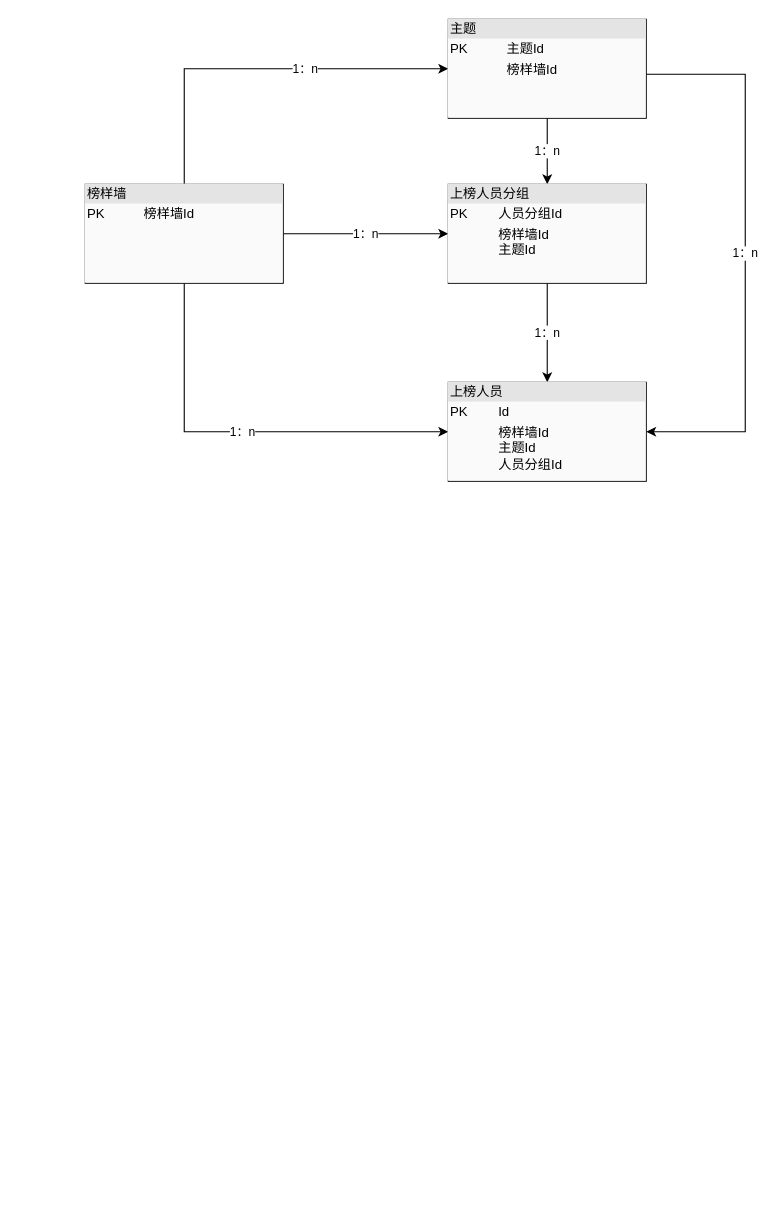
The draw.io diagram 一体化1月迭代.drawio in mozhu33/Diagrams, before the edit. Source tidied: cells renumbered, new cells numbered last; positions are measured from the earlier drawing's top-left corner, leaving out a move shared by most shapes. Both pictures are drawn from the tidied source at 110%, with x=0, y=0 at pixel (85, 19).
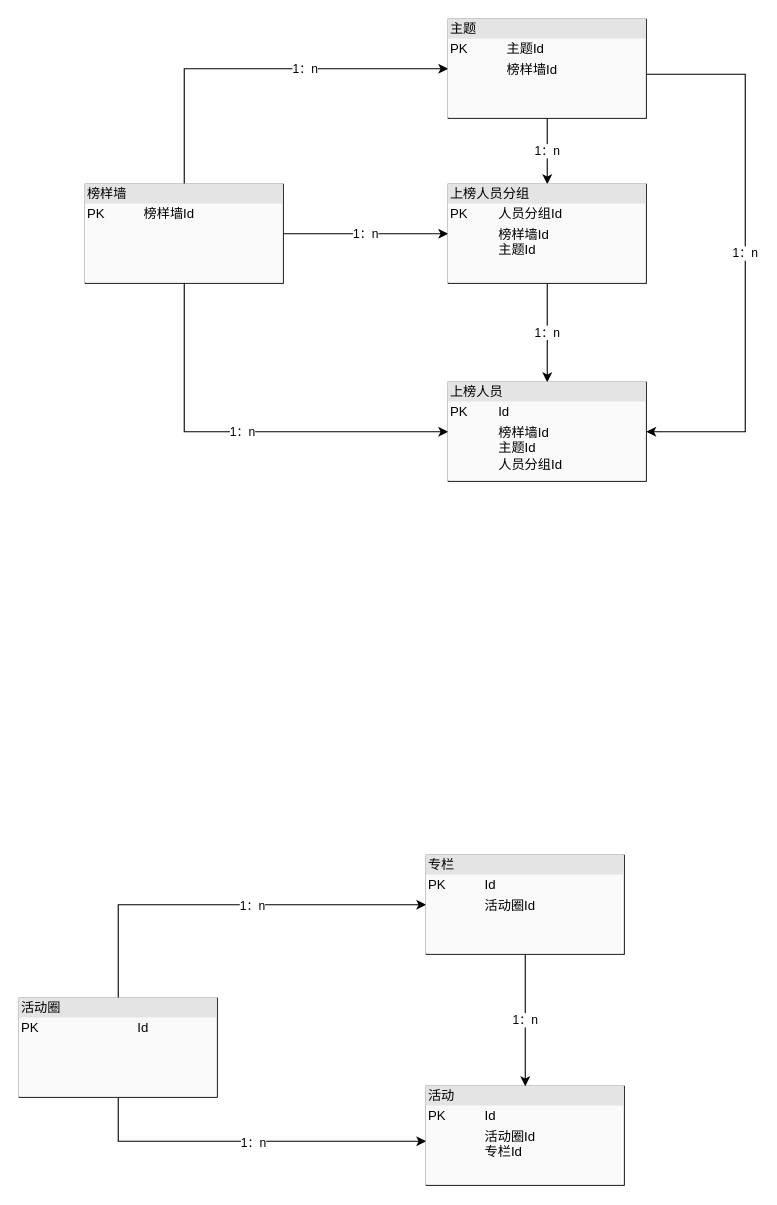
The same page after the edit.

Commit message (it also covers changes not shown here):
更新一体化1月迭代.drawio

The edit, as a diff of the source:
```diff
@@
+    <mxCell id="13" style="edgeStyle=orthogonalEdgeStyle;rounded=0;jettySize=auto;html=1;entryX=0;entryY=0.5;entryDx=0;entryDy=0;" parent="1" edge="1" source="17" target="20">
+      <mxGeometry relative="1" as="geometry">
+        <Array as="points">
+          <mxPoint x="30" y="805" />
+        </Array>
+      </mxGeometry>
+    </mxCell>
+    <mxCell id="14" value="1：n" style="edgeLabel;html=1;align=center;verticalAlign=middle;" parent="13" vertex="1">
+      <mxGeometry x="0.13" relative="1" as="geometry" />
+    </mxCell>
+    <mxCell id="15" style="edgeStyle=orthogonalEdgeStyle;rounded=0;jettySize=auto;html=1;" parent="1" edge="1" source="17" target="18">
+      <mxGeometry relative="1" as="geometry">
+        <Array as="points">
+          <mxPoint x="30" y="1020" />
+        </Array>
+      </mxGeometry>
+    </mxCell>
+    <mxCell id="16" value="1：n" style="edgeLabel;html=1;align=center;verticalAlign=middle;" parent="15" vertex="1">
+      <mxGeometry x="0.01" y="-1" relative="1" as="geometry" />
+    </mxCell>
+    <mxCell id="17" value="&lt;div style=&quot;box-sizing:border-box;width:100%;background:#e4e4e4;padding:2px;&quot;&gt;活动圈&lt;/div&gt;&lt;table style=&quot;width:100%;font-size:1em;&quot; cellpadding=&quot;2&quot; cellspacing=&quot;0&quot;&gt;&lt;tbody&gt;&lt;tr&gt;&lt;td&gt;PK&lt;/td&gt;&lt;td&gt;Id&lt;/td&gt;&lt;/tr&gt;&lt;tr&gt;&lt;td&gt;&lt;br&gt;&lt;/td&gt;&lt;td&gt;&lt;br&gt;&lt;/td&gt;&lt;/tr&gt;&lt;tr&gt;&lt;td&gt;&lt;/td&gt;&lt;td&gt;&lt;br&gt;&lt;/td&gt;&lt;/tr&gt;&lt;/tbody&gt;&lt;/table&gt;" style="verticalAlign=top;align=left;overflow=fill;html=1;labelBackgroundColor=#fafafa;" parent="1" vertex="1">
+      <mxGeometry x="-60" y="890" width="180" height="90" as="geometry" />
+    </mxCell>
+    <mxCell id="18" value="&lt;div style=&quot;box-sizing:border-box;width:100%;background:#e4e4e4;padding:2px;&quot;&gt;活动&lt;/div&gt;&lt;table style=&quot;width:100%;font-size:1em;&quot; cellpadding=&quot;2&quot; cellspacing=&quot;0&quot;&gt;&lt;tbody&gt;&lt;tr&gt;&lt;td&gt;PK&lt;/td&gt;&lt;td&gt;Id&lt;/td&gt;&lt;/tr&gt;&lt;tr&gt;&lt;td&gt;&lt;br&gt;&lt;/td&gt;&lt;td&gt;活动圈Id&lt;br&gt;专栏Id&lt;/td&gt;&lt;/tr&gt;&lt;tr&gt;&lt;td&gt;&lt;/td&gt;&lt;td&gt;&lt;br&gt;&lt;/td&gt;&lt;/tr&gt;&lt;/tbody&gt;&lt;/table&gt;" style="verticalAlign=top;align=left;overflow=fill;html=1;labelBackgroundColor=#fafafa;" parent="1" vertex="1">
+      <mxGeometry x="310" y="970" width="180" height="90" as="geometry" />
+    </mxCell>
+    <mxCell id="19" value="1：n" style="edgeStyle=orthogonalEdgeStyle;rounded=0;jettySize=auto;html=1;" parent="1" edge="1" source="20" target="18">
+      <mxGeometry relative="1" as="geometry" />
+    </mxCell>
+    <mxCell id="20" value="&lt;div style=&quot;box-sizing:border-box;width:100%;background:#e4e4e4;padding:2px;&quot;&gt;专栏&lt;/div&gt;&lt;table style=&quot;width:100%;font-size:1em;&quot; cellpadding=&quot;2&quot; cellspacing=&quot;0&quot;&gt;&lt;tbody&gt;&lt;tr&gt;&lt;td&gt;PK&lt;/td&gt;&lt;td&gt;Id&lt;/td&gt;&lt;/tr&gt;&lt;tr&gt;&lt;td&gt;&lt;br&gt;&lt;/td&gt;&lt;td&gt;活动圈Id&lt;br&gt;&lt;br&gt;&lt;/td&gt;&lt;/tr&gt;&lt;tr&gt;&lt;td&gt;&lt;/td&gt;&lt;td&gt;&lt;br&gt;&lt;/td&gt;&lt;/tr&gt;&lt;/tbody&gt;&lt;/table&gt;" style="verticalAlign=top;align=left;overflow=fill;html=1;labelBackgroundColor=#fafafa;" parent="1" vertex="1">
+      <mxGeometry x="310" y="760" width="180" height="90" as="geometry" />
+    </mxCell>
```
